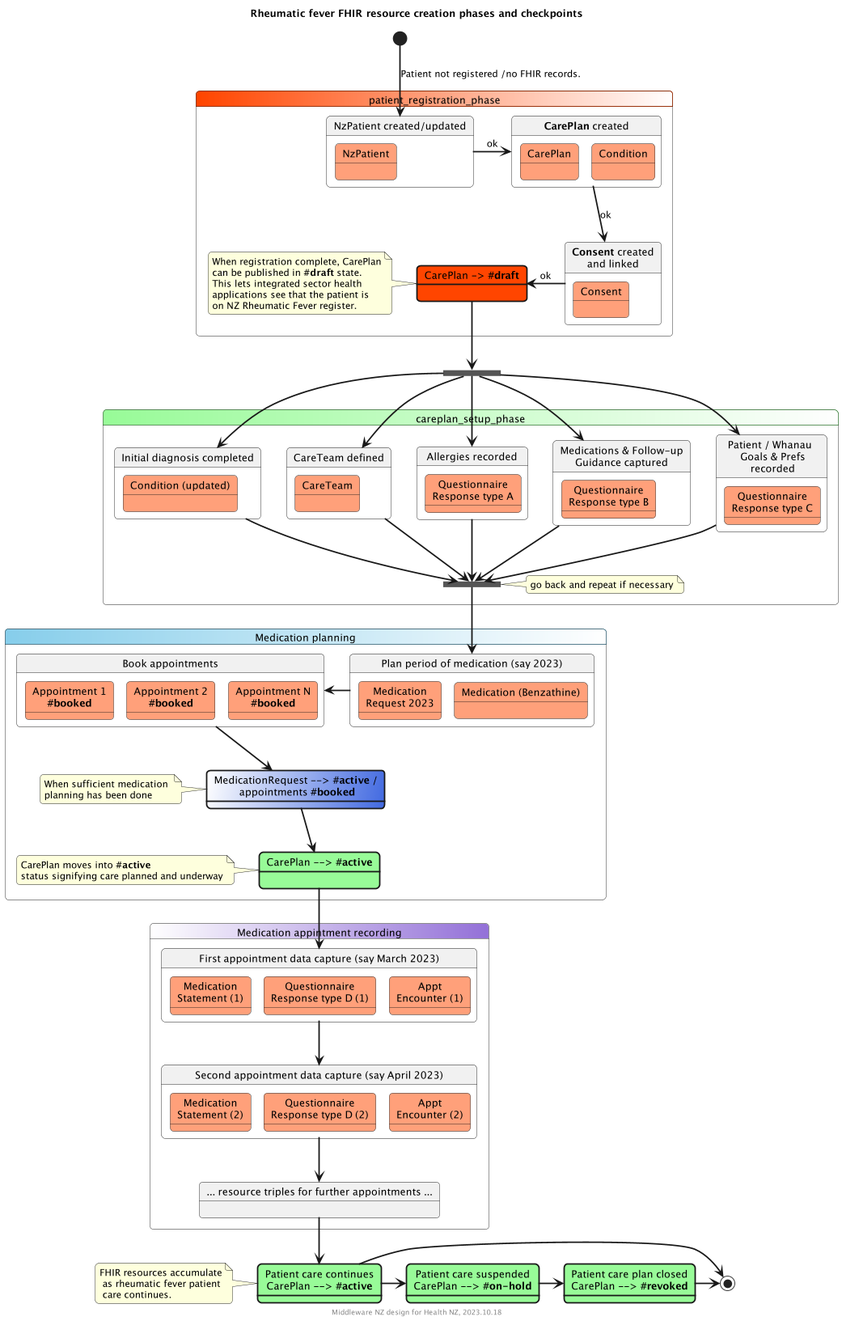
tewhatuora/cinc-fhir-ig keeps this PlantUML diagram as input/images/flow-FHIR-rheumaticfever-lifecycle.png. Above is the earlier version.
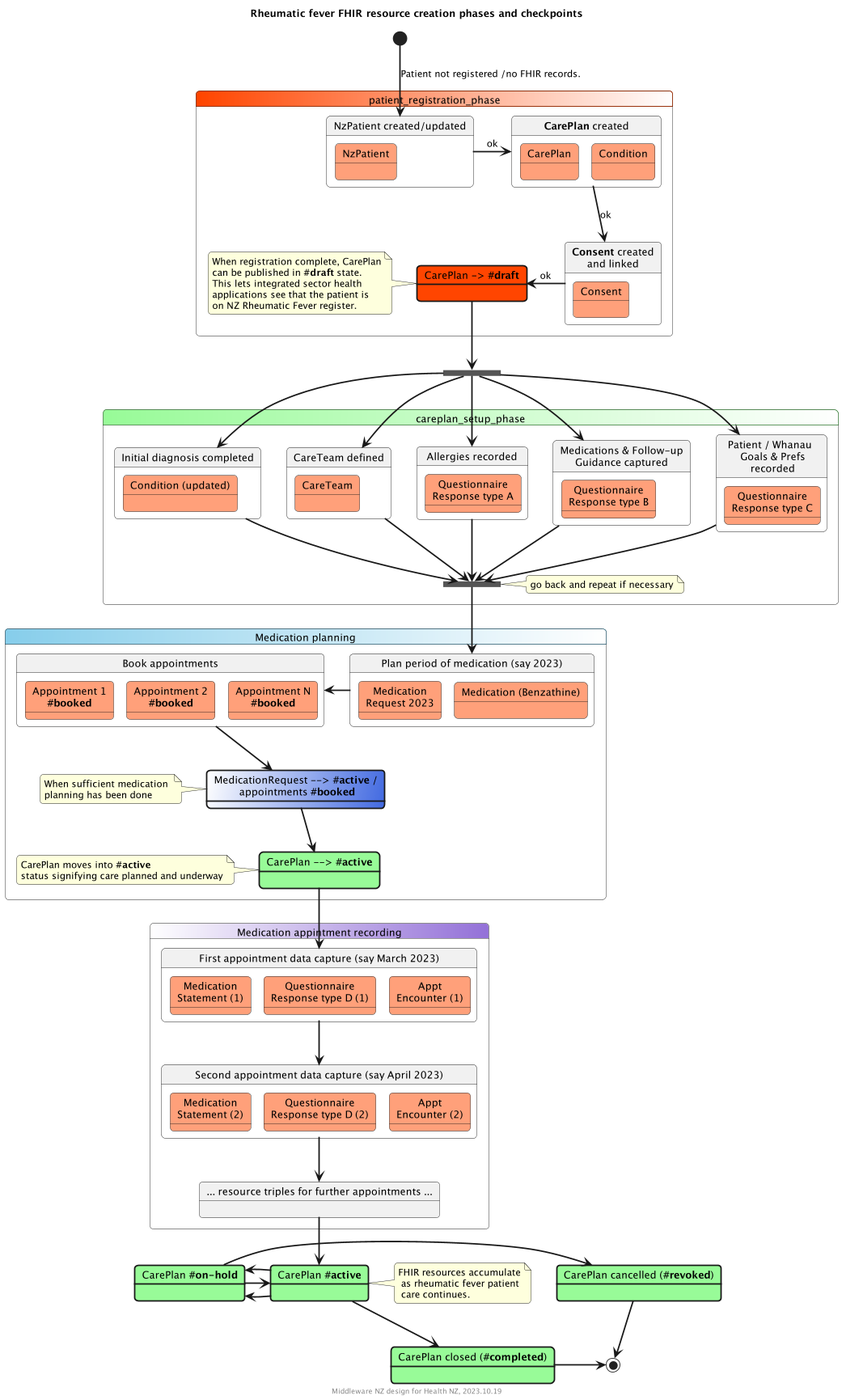
After the commit.

Change to the diagram source:
```diff
@@ -149,9 +149,10 @@
 }
 
 
-state "Patient care continues\nCarePlan --> **#active**" as CPA2 #PaleGreen ##[bold]
-state "Patient care suspended\nCarePlan --> **#on-hold**" as CPH #PaleGreen ##[bold]
-state "Patient care plan closed\nCarePlan --> **#revoked**" as CPR #PaleGreen ##[bold]
+state "CarePlan **#active**" as CPA2 #PaleGreen ##[bold]
+state "CarePlan **#on-hold**" as CPH #PaleGreen ##[bold]
+state "CarePlan cancelled (**#revoked**)" as CPR #PaleGreen ##[bold]
+state "CarePlan closed (**#completed**)" as CPC #PaleGreen ##[bold]
 
 APPTX -d-> CPA2
 note left of CPA2
@@ -161,8 +162,11 @@
 end note
 
 CPA2 -> CPH
+CPA2 <- CPH
+CPA2 -d-> CPC
 CPH -> CPR
-CPA2 -> [*]
+CPH <- CPA2
 CPR -> [*]
+CPC -> [*]
 
 @enduml
```
